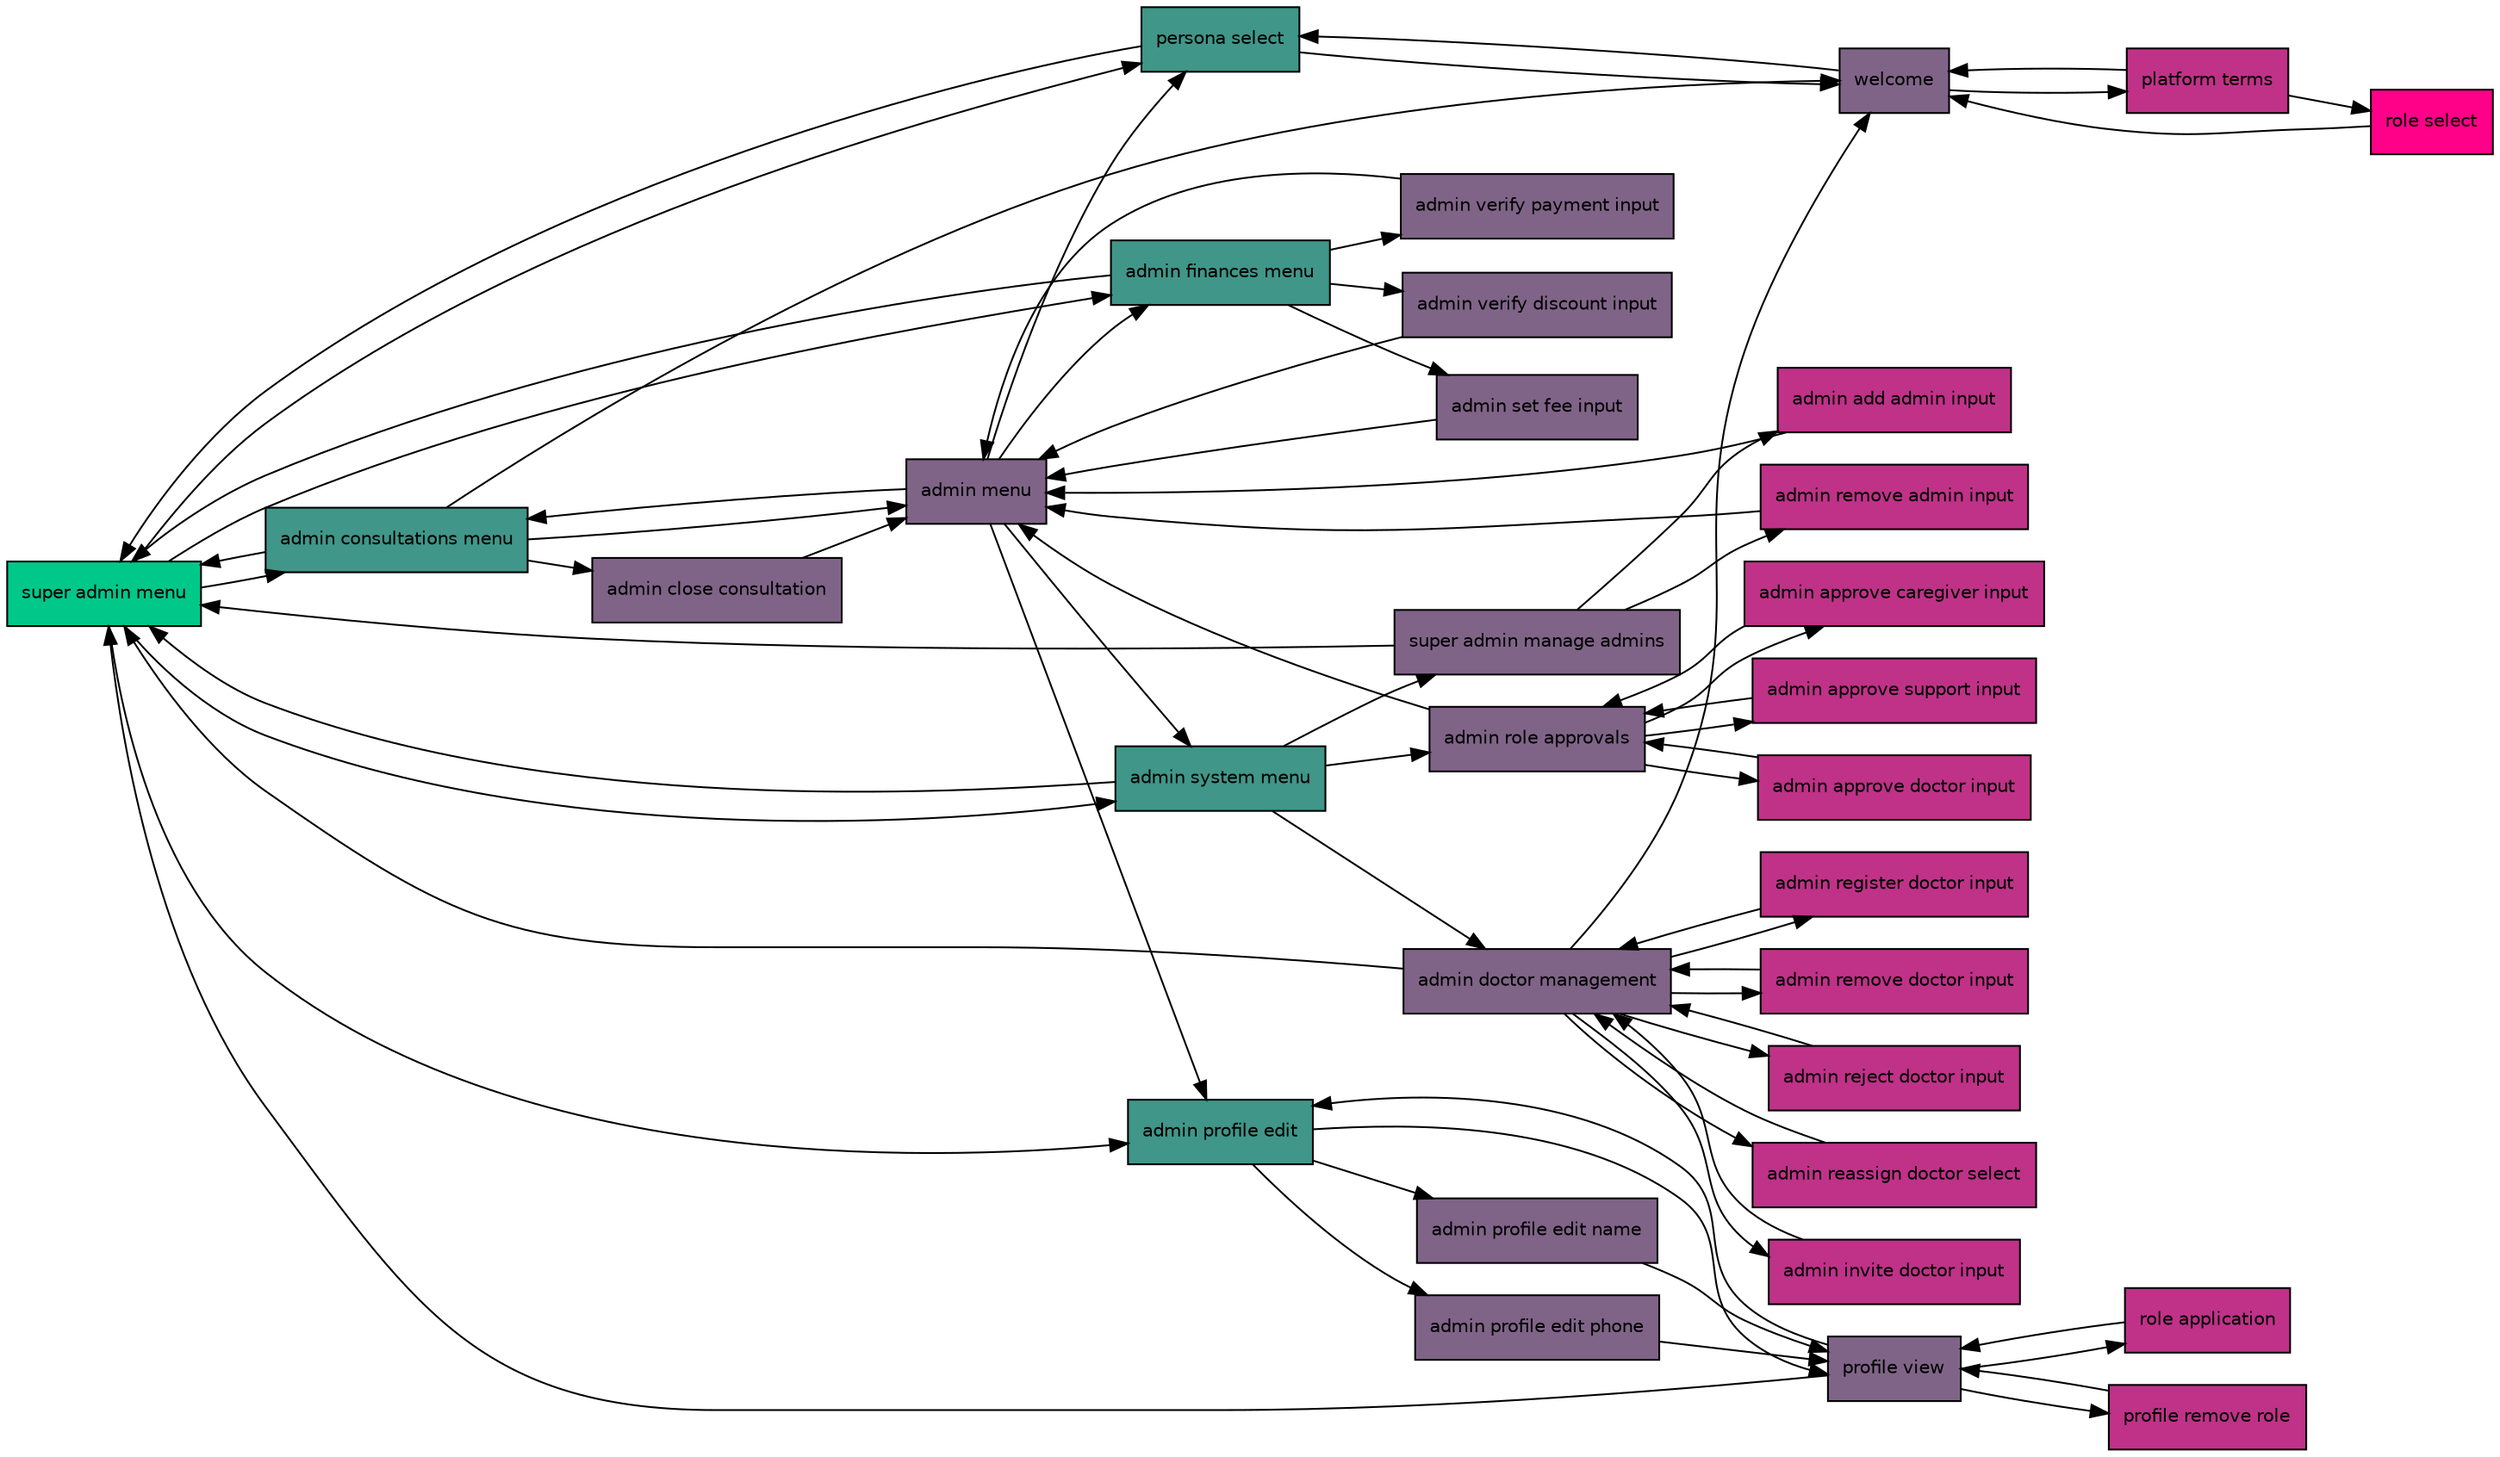
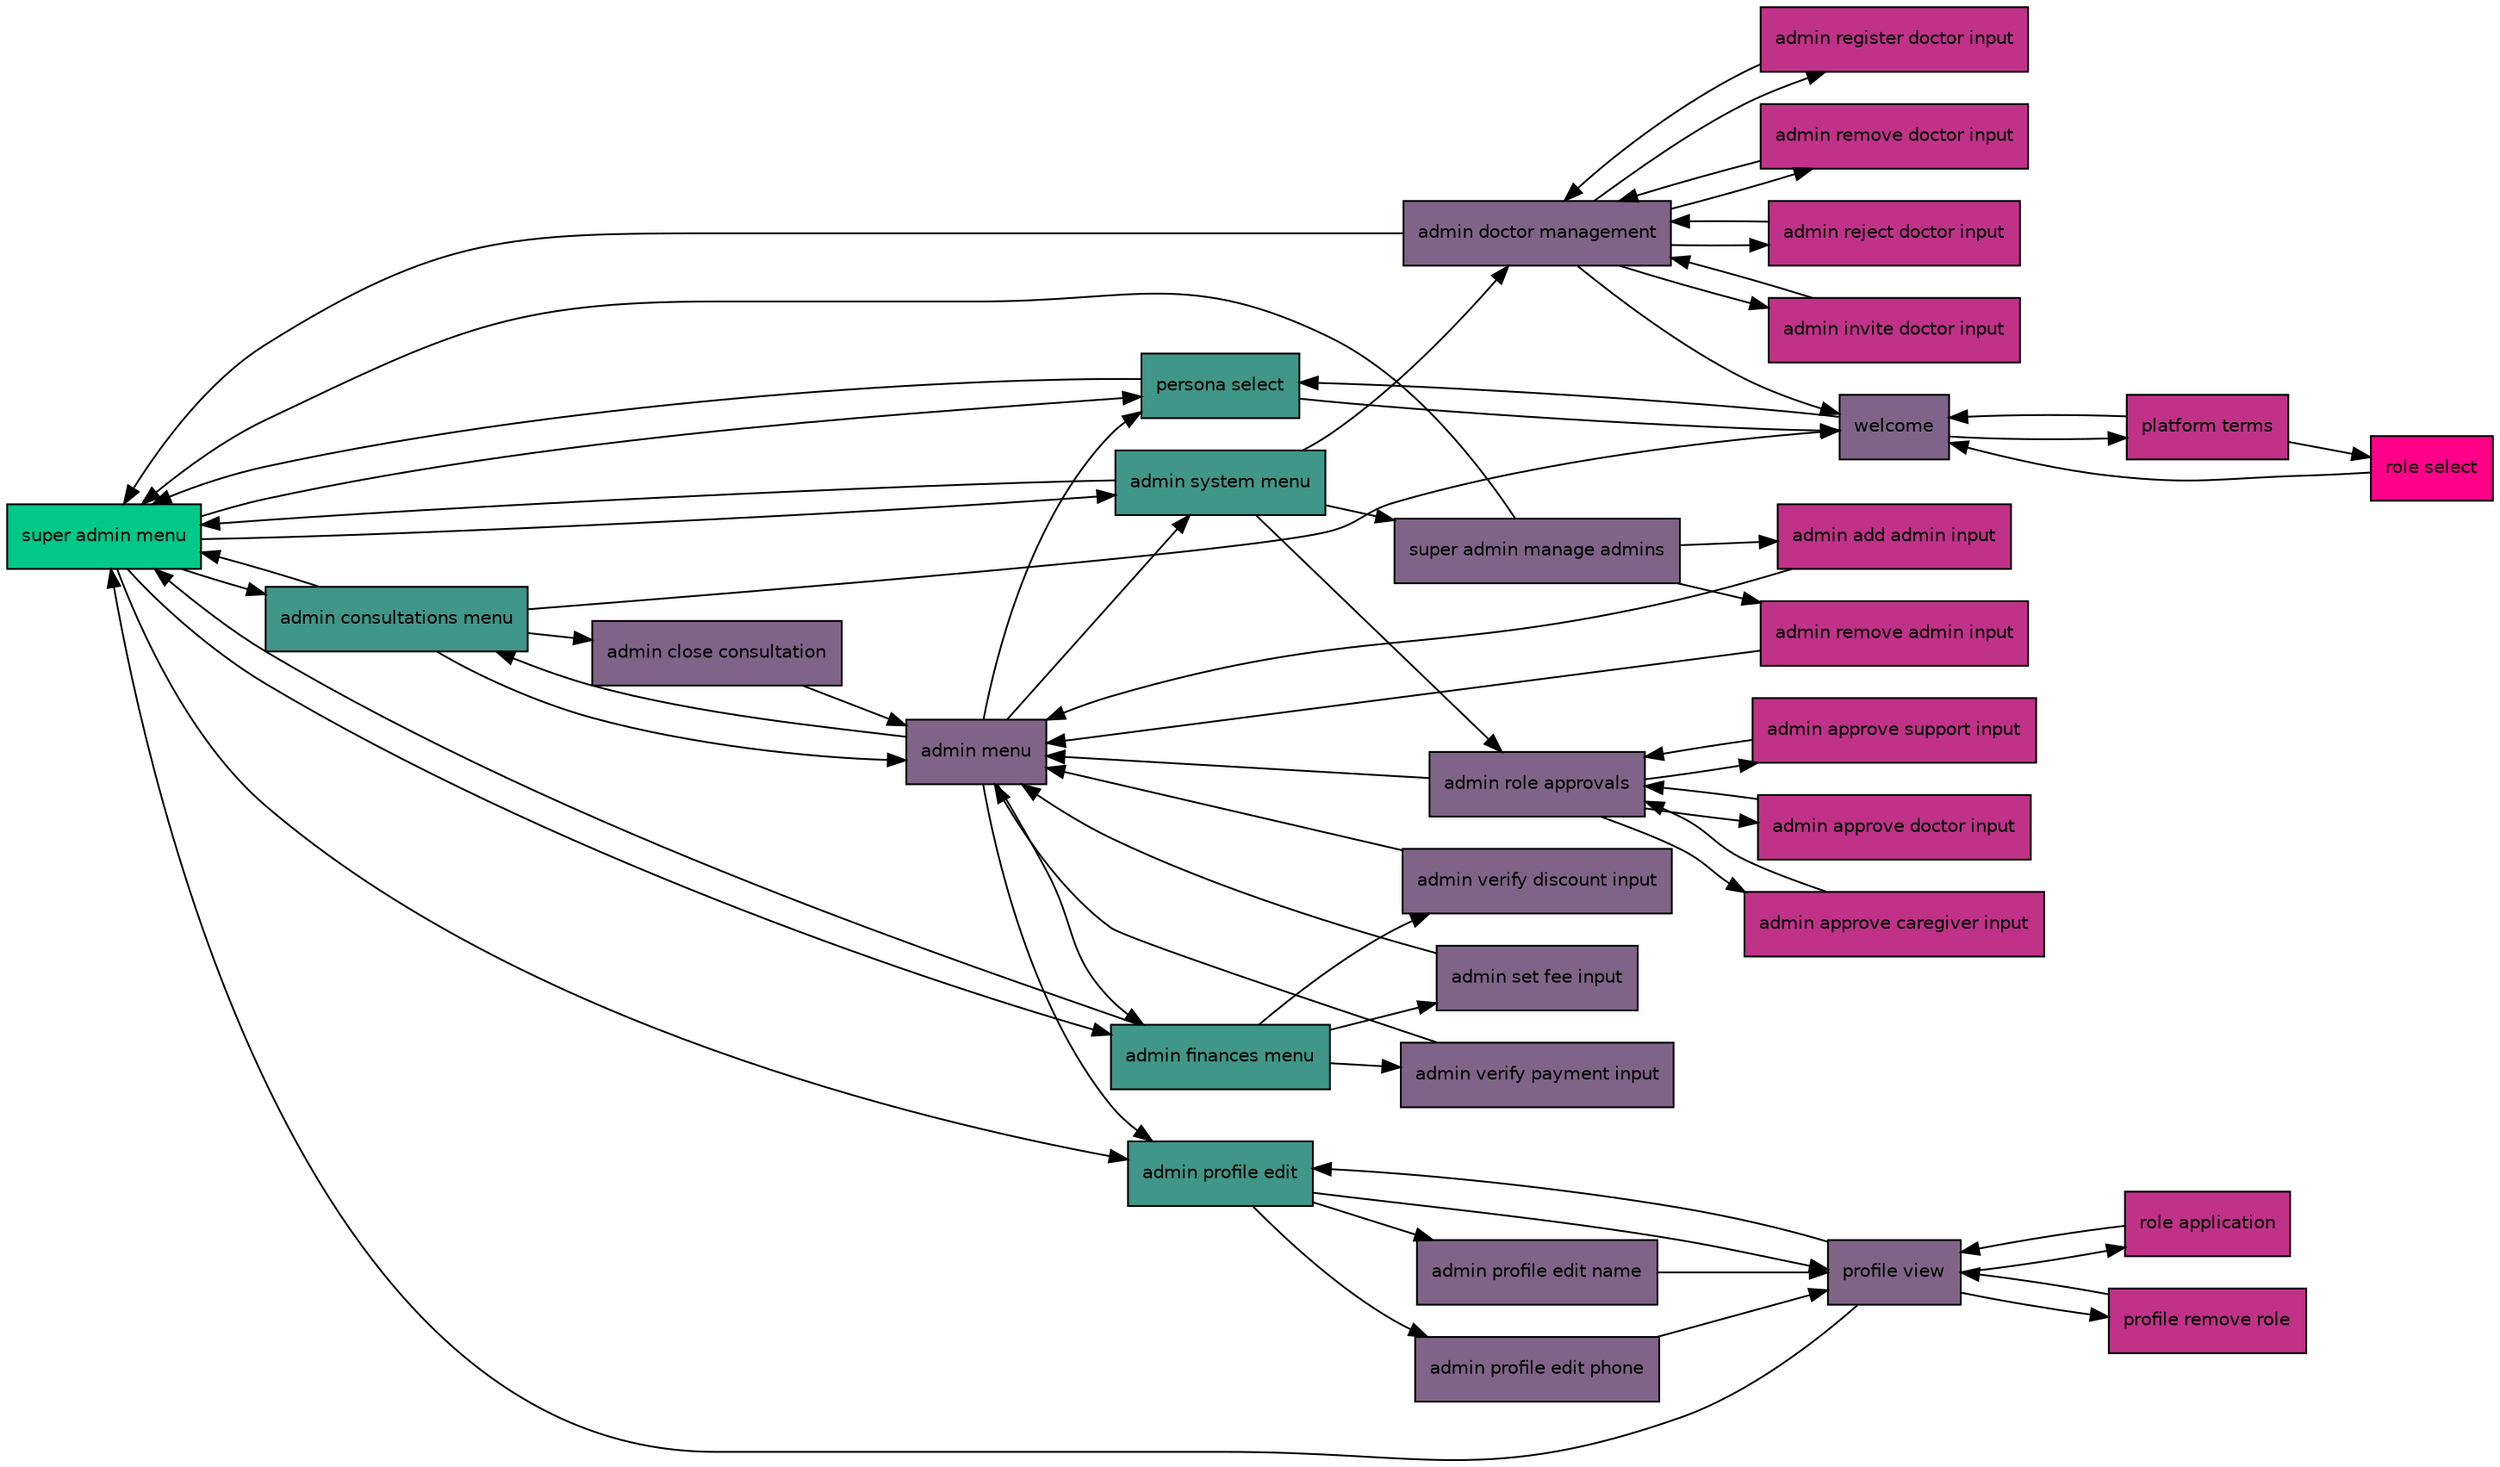
digraph super_admin_flow {
  rankdir=LR;
  node [shape=box style=filled fontname="Helvetica" fontsize=10];
  "super_admin_menu" [label="super admin menu" fillcolor="#00c888"];
  "persona_select" [label="persona select" fillcolor="#409688"];
  "admin_consultations_menu" [label="admin consultations menu" fillcolor="#409688"];
  "admin_finances_menu" [label="admin finances menu" fillcolor="#409688"];
  "admin_system_menu" [label="admin system menu" fillcolor="#409688"];
  "admin_profile_edit" [label="admin profile edit" fillcolor="#409688"];
  "welcome" [label="welcome" fillcolor="#806488"];
  "admin_menu" [label="admin menu" fillcolor="#806488"];
  "admin_close_consultation" [label="admin close consultation" fillcolor="#806488"];
  "admin_verify_payment_input" [label="admin verify payment input" fillcolor="#806488"];
  "admin_verify_discount_input" [label="admin verify discount input" fillcolor="#806488"];
  "admin_set_fee_input" [label="admin set fee input" fillcolor="#806488"];
  "admin_role_approvals" [label="admin role approvals" fillcolor="#806488"];
  "admin_doctor_management" [label="admin doctor management" fillcolor="#806488"];
  "super_admin_manage_admins" [label="super admin manage admins" fillcolor="#806488"];
  "profile_view" [label="profile view" fillcolor="#806488"];
  "admin_profile_edit_name" [label="admin profile edit name" fillcolor="#806488"];
  "admin_profile_edit_phone" [label="admin profile edit phone" fillcolor="#806488"];
  "platform_terms" [label="platform terms" fillcolor="#bf3288"];
  "admin_approve_doctor_input" [label="admin approve doctor input" fillcolor="#bf3288"];
  "admin_approve_caregiver_input" [label="admin approve caregiver input" fillcolor="#bf3288"];
  "admin_approve_support_input" [label="admin approve support input" fillcolor="#bf3288"];
  "admin_invite_doctor_input" [label="admin invite doctor input" fillcolor="#bf3288"];
  "admin_register_doctor_input" [label="admin register doctor input" fillcolor="#bf3288"];
  "admin_remove_doctor_input" [label="admin remove doctor input" fillcolor="#bf3288"];
  "admin_reject_doctor_input" [label="admin reject doctor input" fillcolor="#bf3288"];
-   "admin_reassign_doctor_select" [label="admin reassign doctor select" fillcolor="#bf3288"];
  "admin_add_admin_input" [label="admin add admin input" fillcolor="#bf3288"];
  "admin_remove_admin_input" [label="admin remove admin input" fillcolor="#bf3288"];
  "role_application" [label="role application" fillcolor="#bf3288"];
  "profile_remove_role" [label="profile remove role" fillcolor="#bf3288"];
  "role_select" [label="role select" fillcolor="#ff0088"];
  "super_admin_menu" -> "persona_select";
  "super_admin_menu" -> "admin_consultations_menu";
  "super_admin_menu" -> "admin_finances_menu";
  "super_admin_menu" -> "admin_system_menu";
  "super_admin_menu" -> "admin_profile_edit";
  "persona_select" -> "super_admin_menu";
  "persona_select" -> "welcome";
  "admin_consultations_menu" -> "super_admin_menu";
  "admin_consultations_menu" -> "admin_menu";
  "admin_consultations_menu" -> "welcome";
  "admin_consultations_menu" -> "admin_close_consultation";
  "admin_finances_menu" -> "super_admin_menu";
  "admin_finances_menu" -> "admin_verify_payment_input";
  "admin_finances_menu" -> "admin_verify_discount_input";
  "admin_finances_menu" -> "admin_set_fee_input";
  "admin_system_menu" -> "super_admin_menu";
  "admin_system_menu" -> "admin_role_approvals";
  "admin_system_menu" -> "admin_doctor_management";
  "admin_system_menu" -> "super_admin_manage_admins";
  "admin_profile_edit" -> "profile_view";
  "admin_profile_edit" -> "admin_profile_edit_name";
  "admin_profile_edit" -> "admin_profile_edit_phone";
  "welcome" -> "platform_terms";
  "welcome" -> "persona_select";
  "admin_menu" -> "persona_select";
  "admin_menu" -> "admin_consultations_menu";
  "admin_menu" -> "admin_finances_menu";
  "admin_menu" -> "admin_system_menu";
  "admin_menu" -> "admin_profile_edit";
  "admin_close_consultation" -> "admin_menu";
  "admin_verify_payment_input" -> "admin_menu";
  "admin_verify_discount_input" -> "admin_menu";
  "admin_set_fee_input" -> "admin_menu";
  "admin_role_approvals" -> "admin_menu";
  "admin_role_approvals" -> "admin_approve_doctor_input";
  "admin_role_approvals" -> "admin_approve_caregiver_input";
  "admin_role_approvals" -> "admin_approve_support_input";
  "admin_doctor_management" -> "super_admin_menu";
  "admin_doctor_management" -> "admin_invite_doctor_input";
  "admin_doctor_management" -> "admin_register_doctor_input";
  "admin_doctor_management" -> "admin_remove_doctor_input";
  "admin_doctor_management" -> "admin_reject_doctor_input";
  "admin_doctor_management" -> "welcome";
-   "admin_doctor_management" -> "admin_reassign_doctor_select";
  "super_admin_manage_admins" -> "super_admin_menu";
  "super_admin_manage_admins" -> "admin_add_admin_input";
  "super_admin_manage_admins" -> "admin_remove_admin_input";
  "profile_view" -> "super_admin_menu";
  "profile_view" -> "admin_profile_edit";
  "profile_view" -> "role_application";
  "profile_view" -> "profile_remove_role";
  "admin_profile_edit_name" -> "profile_view";
  "admin_profile_edit_phone" -> "profile_view";
  "platform_terms" -> "welcome";
  "platform_terms" -> "role_select";
  "admin_approve_doctor_input" -> "admin_role_approvals";
  "admin_approve_caregiver_input" -> "admin_role_approvals";
  "admin_approve_support_input" -> "admin_role_approvals";
  "admin_invite_doctor_input" -> "admin_doctor_management";
  "admin_register_doctor_input" -> "admin_doctor_management";
  "admin_remove_doctor_input" -> "admin_doctor_management";
  "admin_reject_doctor_input" -> "admin_doctor_management";
-   "admin_reassign_doctor_select" -> "admin_doctor_management";
  "admin_add_admin_input" -> "admin_menu";
  "admin_remove_admin_input" -> "admin_menu";
  "role_application" -> "profile_view";
  "profile_remove_role" -> "profile_view";
  "role_select" -> "welcome";
}